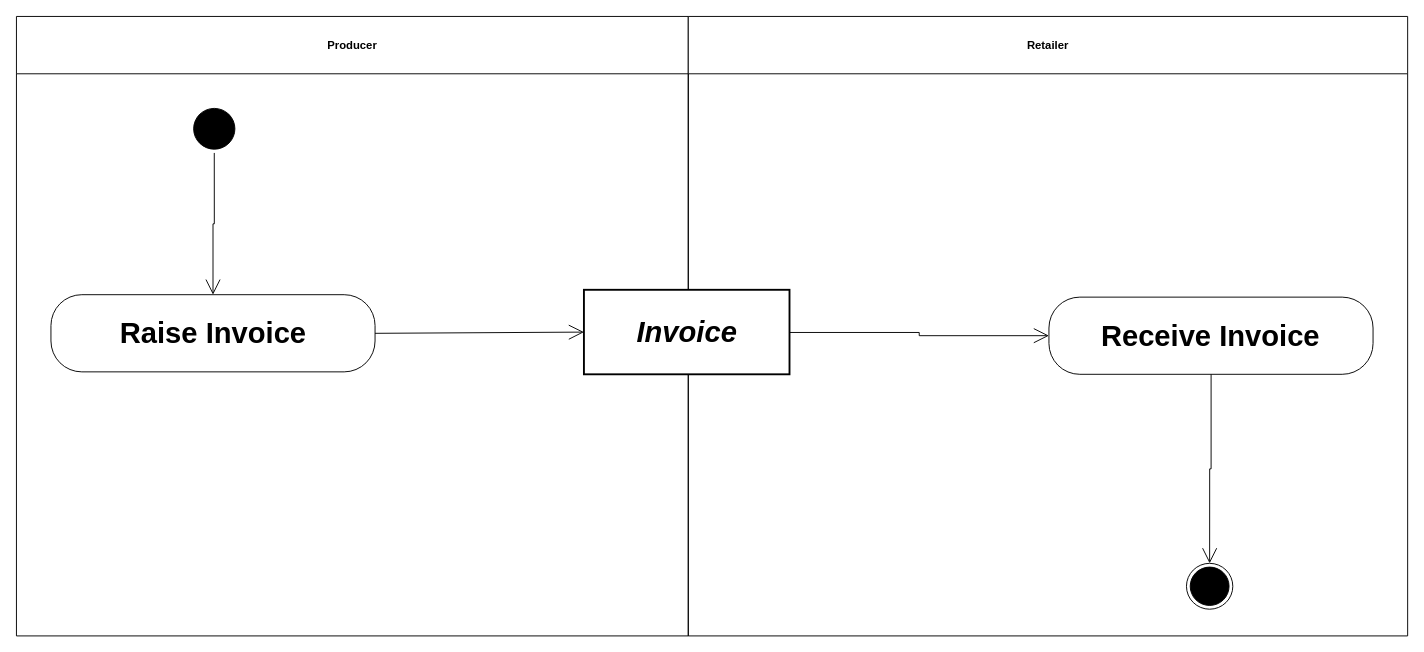
This is examples/UBL-2.2-VMI-Invoicing/UBL-2.2-VMI-Invoicing.drawio from kduvekot/ubl-work-on-svg-images, a draw.io file, before an edit. Source tidied: cells renumbered, new cells numbered last; positions are measured from the earlier drawing's top-left corner, leaving out a move shared by most shapes. Both pictures are drawn from the tidied source at 94%, with x=0, y=0 at pixel (16, 16).
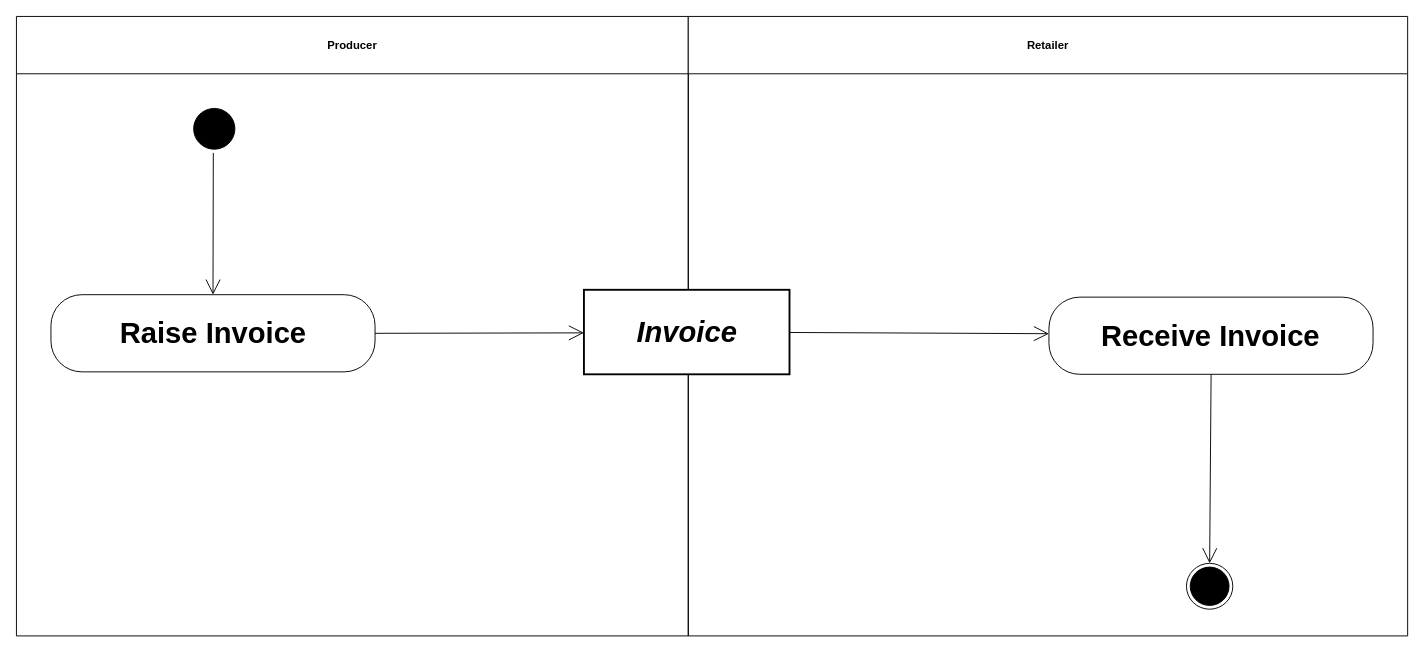
Above is the later version.

Diff of the diagram source:
```diff
@@
 <mxGraphModel>
   <root>
     <mxCell id="0" />
     <mxCell id="1" parent="0" />
     <mxCell id="2" value="Producer" style="swimlane;whiteSpace=wrap;html=1;startSize=61;" parent="1" vertex="1">
       <mxGeometry width="714.7" height="659" as="geometry" />
     </mxCell>
     <mxCell id="3" value="Retailer" style="swimlane;whiteSpace=wrap;html=1;startSize=61;" parent="1" vertex="1">
       <mxGeometry x="714.7" width="765.3" height="659" as="geometry" />
     </mxCell>
     <mxCell id="4" style="ellipse;html=1;shape=startState;fillColor=#000000;strokeColor=#000000;fontFamily=Helvetica;fontSize=31;" parent="1" vertex="1">
       <mxGeometry x="184.5" y="93.8" width="51.9" height="51.4" as="geometry" />
     </mxCell>
     <mxCell id="5" value="Invoice" style="rounded=0;whiteSpace=wrap;html=1;fontStyle=3;strokeWidth=2;fontFamily=Helvetica;fontSize=31;" parent="1" vertex="1">
       <mxGeometry x="603.7" y="290.8" width="218.7" height="89.9" as="geometry" />
     </mxCell>
     <mxCell id="6" value="Raise Invoice" style="rounded=1;arcSize=40;whiteSpace=wrap;html=1;fontStyle=1;fontFamily=Helvetica;fontSize=31;" parent="1" vertex="1">
       <mxGeometry x="36.7" y="296" width="344.8" height="82.1" as="geometry" />
     </mxCell>
     <mxCell id="7" value="Receive Invoice" style="rounded=1;arcSize=40;whiteSpace=wrap;html=1;fontStyle=1;fontFamily=Helvetica;fontSize=31;" parent="1" vertex="1">
       <mxGeometry x="1098.4" y="298.6" width="344.8" height="82.1" as="geometry" />
     </mxCell>
     <mxCell id="8" style="ellipse;html=1;shape=endState;fillColor=#000000;strokeColor=#000000;fontFamily=Helvetica;fontSize=31;" parent="1" vertex="1">
       <mxGeometry x="1244.7" y="581.8" width="49.3" height="48.8" as="geometry" />
     </mxCell>
-    <mxCell id="9" style="edgeStyle=orthogonalEdgeStyle;rounded=0;html=1;endArrow=open;endFill=0;endSize=14;exitX=0.4913;exitY=1.0;entryX=0.5;entryY=0.0;" parent="1" edge="1" source="4" target="6">
+    <mxCell id="9" style="edgeStyle=none;rounded=0;html=1;endArrow=open;endFill=0;endSize=14;exitX=0.474;exitY=1.0;entryX=0.5;entryY=0.0;" parent="1" edge="1" source="4" target="6">
       <mxGeometry relative="1" as="geometry" />
     </mxCell>
-    <mxCell id="10" style="edgeStyle=none;rounded=0;html=1;endArrow=open;endFill=0;endSize=14;exitX=1.0;exitY=0.5006;entryX=0.0;entryY=0.5006;" parent="1" edge="1" source="6" target="5">
+    <mxCell id="10" style="edgeStyle=none;rounded=0;html=1;endArrow=open;endFill=0;endSize=14;exitX=1.0;exitY=0.5006;entryX=0.0;entryY=0.5095;" parent="1" edge="1" source="6" target="5">
       <mxGeometry relative="1" as="geometry" />
     </mxCell>
-    <mxCell id="11" style="edgeStyle=orthogonalEdgeStyle;rounded=0;html=1;endArrow=open;endFill=0;endSize=14;exitX=1.0;exitY=0.505;entryX=0.0;entryY=0.4994;" parent="1" edge="1" source="5" target="7">
+    <mxCell id="11" style="edgeStyle=none;rounded=0;html=1;endArrow=open;endFill=0;endSize=14;exitX=1.0;exitY=0.505;entryX=0.0;entryY=0.4738;" parent="1" edge="1" source="5" target="7">
       <mxGeometry relative="1" as="geometry" />
     </mxCell>
-    <mxCell id="12" style="edgeStyle=orthogonalEdgeStyle;rounded=0;html=1;endArrow=open;endFill=0;endSize=14;exitX=0.5003;exitY=1.0;entryX=0.4949;entryY=0.0;" parent="1" edge="1" source="7" target="8">
+    <mxCell id="12" style="edgeStyle=none;rounded=0;html=1;endArrow=open;endFill=0;endSize=14;exitX=0.5003;exitY=1.0;entryX=0.5132;entryY=0.0;" parent="1" edge="1" source="7" target="8">
       <mxGeometry relative="1" as="geometry" />
     </mxCell>
   </root>
 </mxGraphModel>
```
